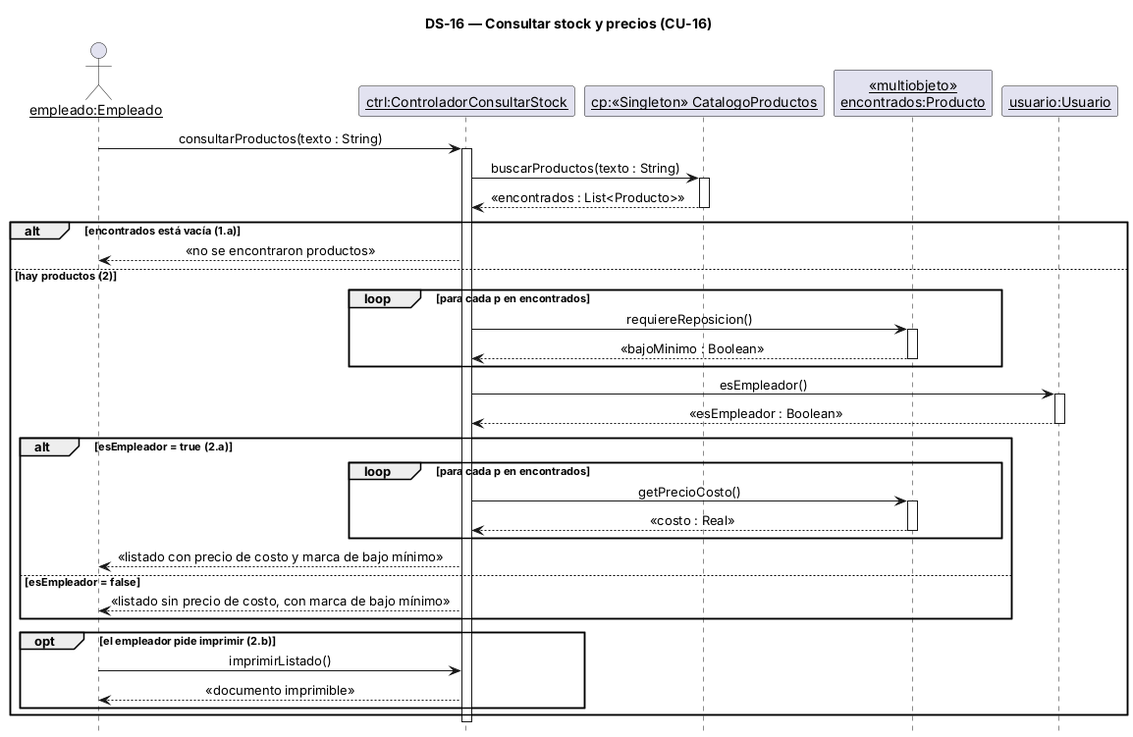
The PlantUML diagram 08-Diagrama De Secuencia/DS-16 Consultar stock y precios.png in alanbalzaretti123/control-de-stock1, before a commit.
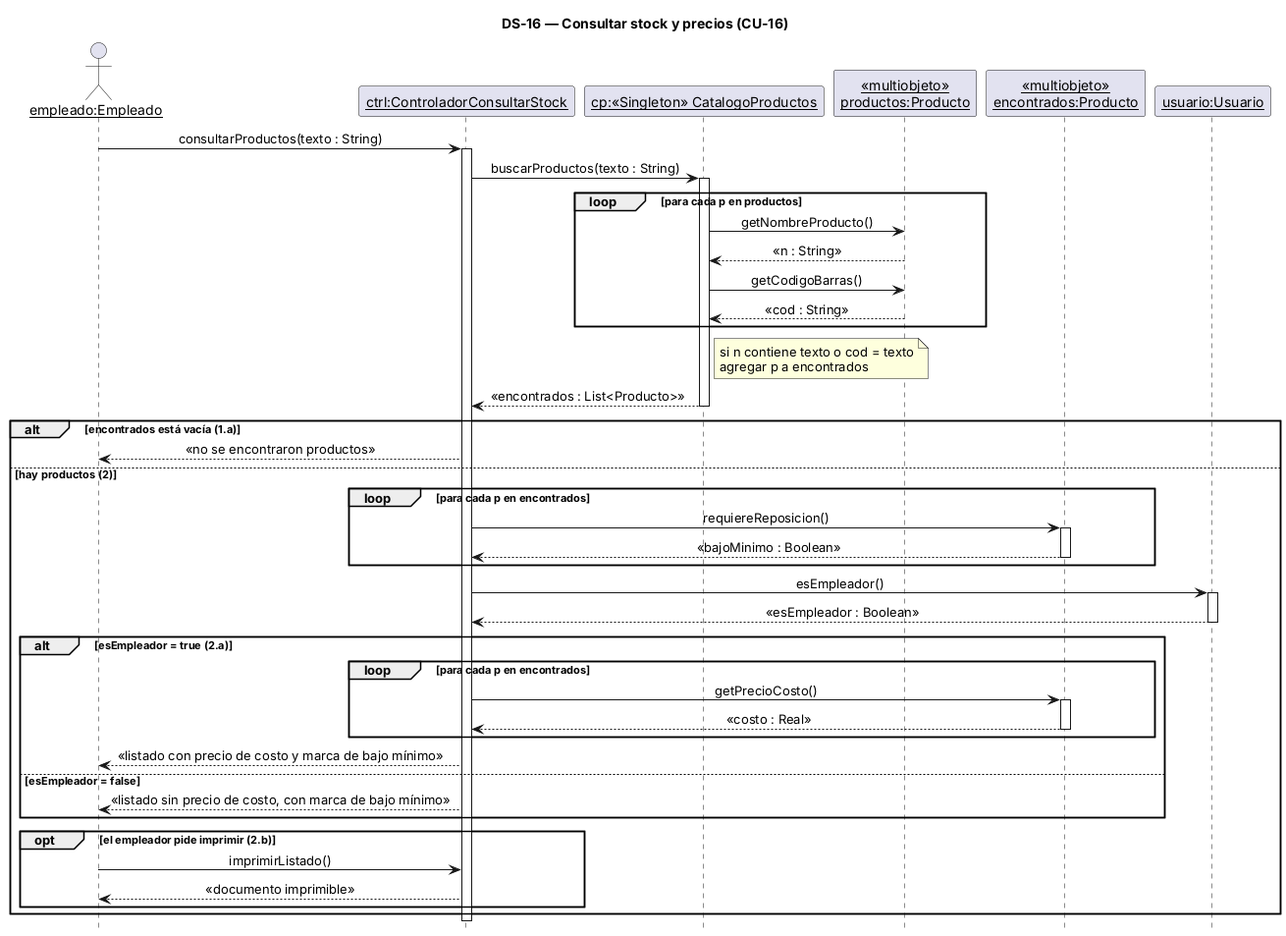
The same file after the commit.

What changed in the source:
```diff
@@ -8,6 +8,7 @@
 actor "empleado:Empleado" as U
 participant "ctrl:ControladorConsultarStock" as C
 participant "cp:«Singleton» CatalogoProductos" as CP
+participant "«multiobjeto»\nproductos:Producto" as MPR
 participant "«multiobjeto»\nencontrados:Producto" as P
 participant "usuario:Usuario" as US
 
@@ -15,6 +16,13 @@
 activate C
 C -> CP : buscarProductos(texto : String)
 activate CP
+loop para cada p en productos
+  CP -> MPR : getNombreProducto()
+  MPR --> CP : «n : String»
+  CP -> MPR : getCodigoBarras()
+  MPR --> CP : «cod : String»
+end
+note right of CP : si n contiene texto o cod = texto\nagregar p a encontrados
 CP --> C : «encontrados : List<Producto>»
 deactivate CP
 alt encontrados está vacía (1.a)
```
